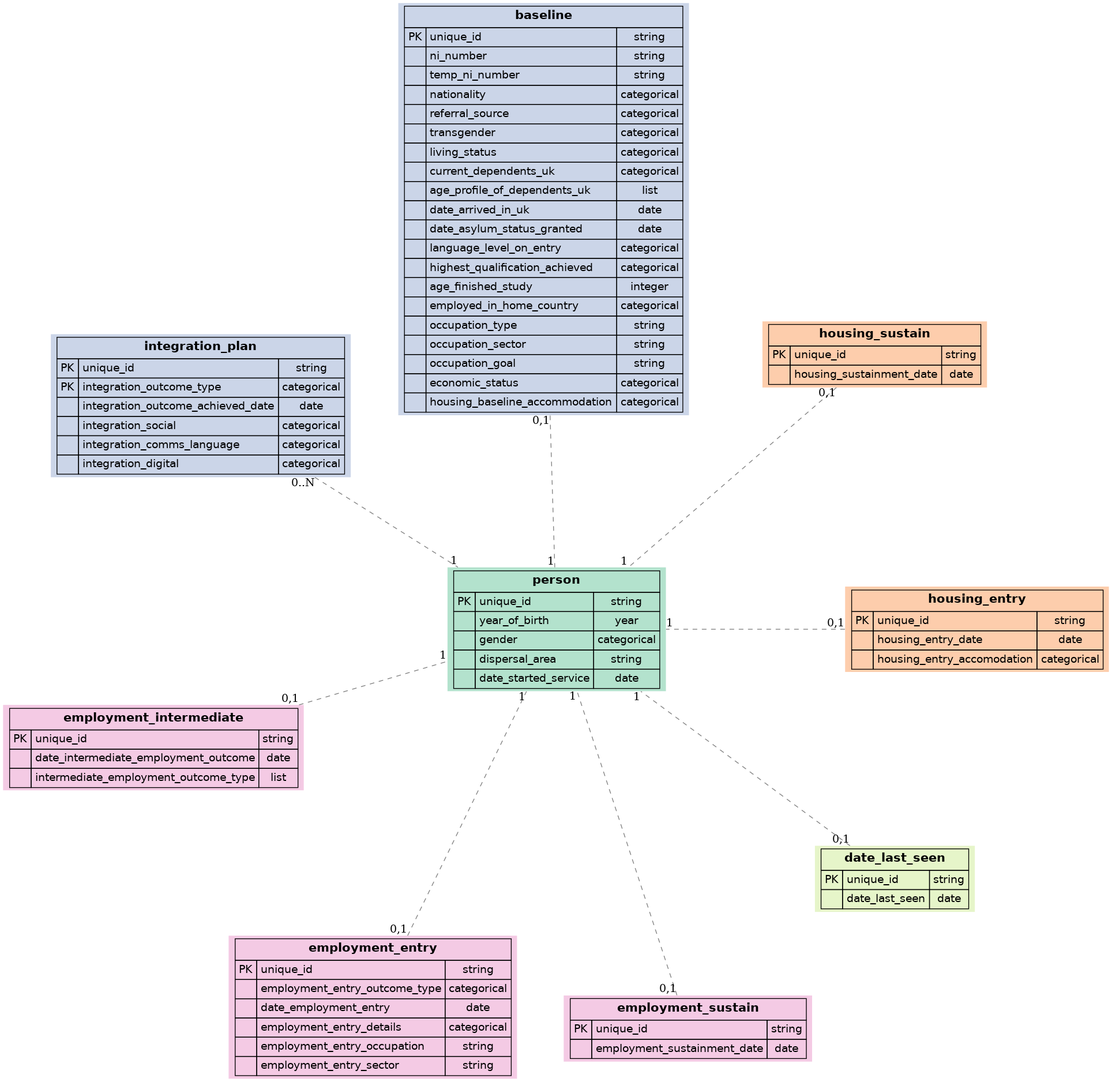
SocialFinanceDigitalLabs/RTOF-specification keeps this Graphviz diagram as assets/spec/record-relationships.png. Above is the earlier version. Its source is kept beside it as assets/spec/record-relationships.dot.
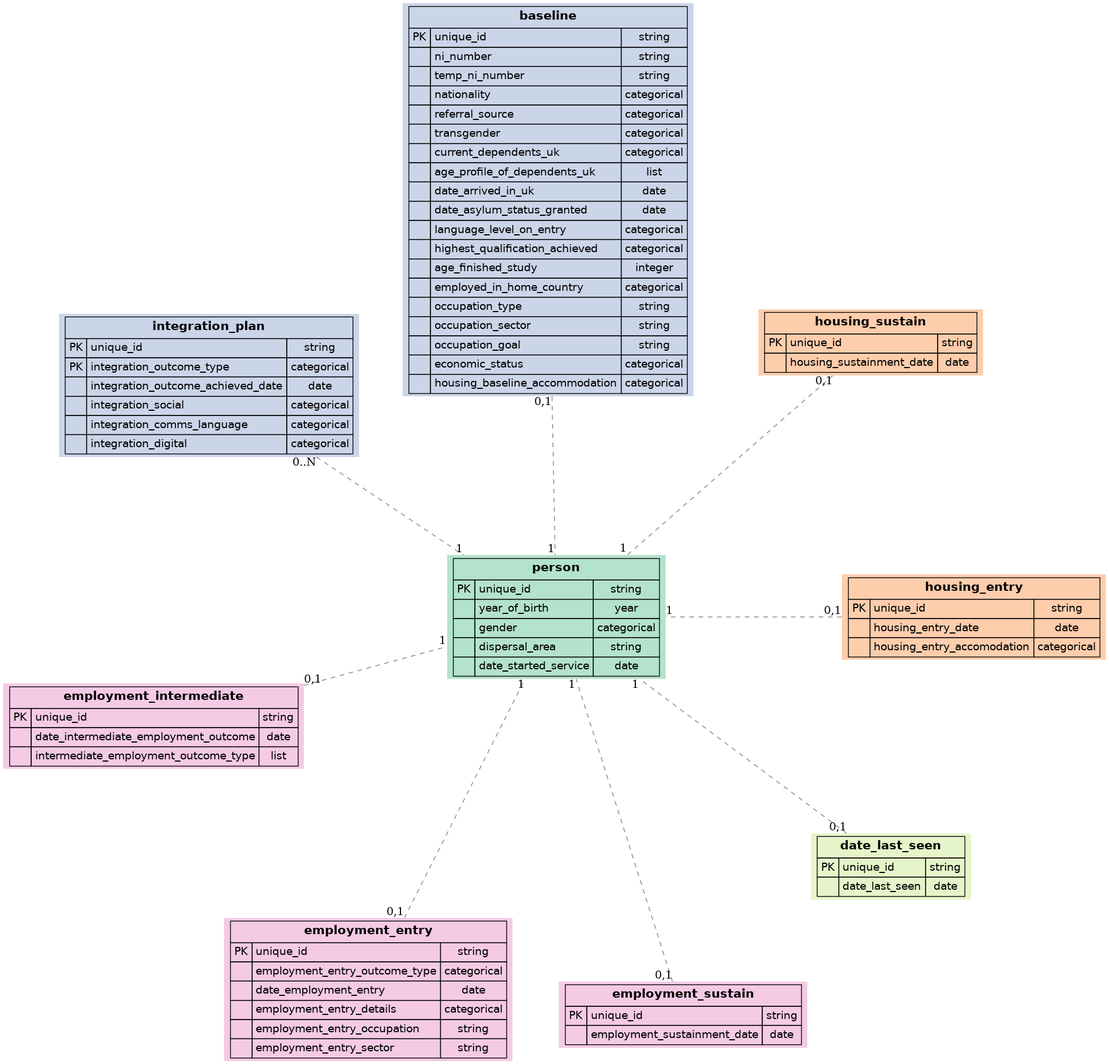
After the change.

What changed in the source:
```diff
@@ -124,11 +124,6 @@
         <TR>
             <TD></TD>
             <TD ALIGN="LEFT">transgender</TD>
-            <TD ALIGN="CENTER">categorical</TD>
-        </TR>
-        <TR>
-            <TD></TD>
-            <TD ALIGN="LEFT">living_status</TD>
             <TD ALIGN="CENTER">categorical</TD>
         </TR>
         <TR>
```
